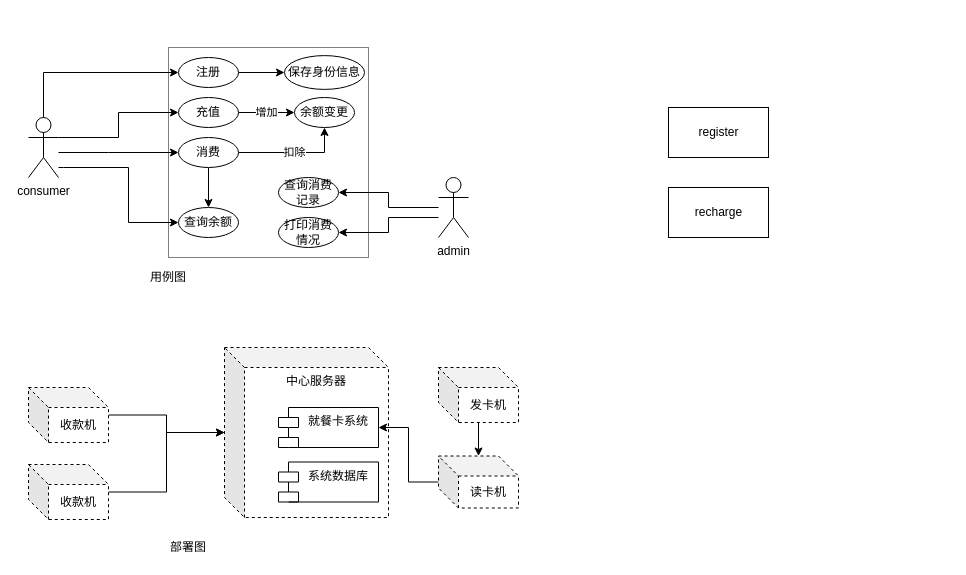
muyol/geekbang keeps this draw.io diagram as CanteenShoppingCard.drawio. Above is the earlier version. Source tidied: cells renumbered, new cells numbered last; positions are measured from the earlier drawing's top-left corner, leaving out a move shared by most shapes. Both pictures are drawn from the tidied source at 100%, with x=0, y=0 at pixel (28, 47).
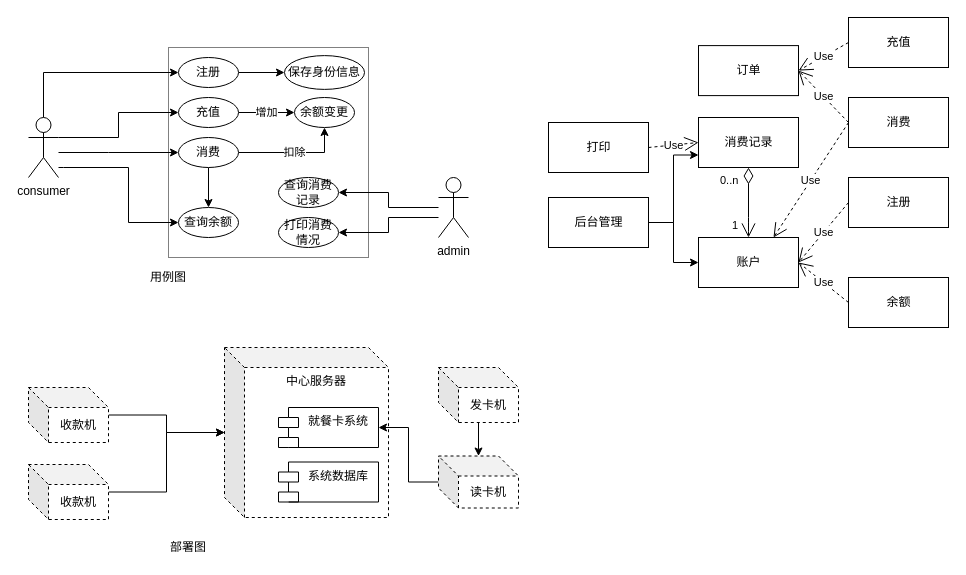
The same page after the edit.

The edit, as a diff of the source:
```diff
@@
-    <mxCell id="36" value="register" style="html=1;" parent="1" vertex="1">
-      <mxGeometry x="640" y="60" width="100" height="50" as="geometry" />
+    <mxCell id="36" value="注册" style="html=1;" parent="1" vertex="1">
+      <mxGeometry x="820" y="130" width="100" height="50" as="geometry" />
     </mxCell>
-    <mxCell id="37" value="recharge" style="html=1;" parent="1" vertex="1">
-      <mxGeometry x="640" y="140" width="100" height="50" as="geometry" />
+    <mxCell id="37" value="订单" style="html=1;" parent="1" vertex="1">
+      <mxGeometry x="670" y="-1.9" width="100" height="50" as="geometry" />
     </mxCell>
+    <mxCell id="38" value="充值" style="html=1;" parent="1" vertex="1">
+      <mxGeometry x="820" y="-30" width="100" height="50" as="geometry" />
+    </mxCell>
+    <mxCell id="39" value="账户" style="html=1;" parent="1" vertex="1">
+      <mxGeometry x="670" y="190" width="100" height="50" as="geometry" />
+    </mxCell>
+    <mxCell id="40" value="消费" style="html=1;" parent="1" vertex="1">
+      <mxGeometry x="820" y="50" width="100" height="50" as="geometry" />
+    </mxCell>
+    <mxCell id="41" value="Use" style="endArrow=open;endSize=12;dashed=1;html=1;exitX=0;exitY=0.5;exitDx=0;exitDy=0;entryX=1;entryY=0.5;entryDx=0;entryDy=0;" parent="1" edge="1" source="38" target="37">
+      <mxGeometry relative="1" as="geometry" />
+    </mxCell>
+    <mxCell id="42" value="Use" style="endArrow=open;endSize=12;dashed=1;html=1;exitX=0;exitY=0.5;exitDx=0;exitDy=0;entryX=1;entryY=0.5;entryDx=0;entryDy=0;" parent="1" edge="1" source="40" target="37">
+      <mxGeometry relative="1" as="geometry" />
+    </mxCell>
+    <mxCell id="43" value="Use" style="endArrow=open;endSize=12;dashed=1;html=1;exitX=0;exitY=0.5;exitDx=0;exitDy=0;entryX=1;entryY=0.5;entryDx=0;entryDy=0;" parent="1" edge="1" source="36" target="39">
+      <mxGeometry relative="1" as="geometry" />
+    </mxCell>
+    <mxCell id="44" value="消费记录" style="html=1;" parent="1" vertex="1">
+      <mxGeometry x="670" y="70" width="100" height="50" as="geometry" />
+    </mxCell>
+    <mxCell id="45" style="endArrow=open;html=1;endSize=12;startArrow=diamondThin;startSize=14;startFill=0;edgeStyle=orthogonalEdgeStyle;entryX=0.5;entryY=0;entryDx=0;entryDy=0;exitX=0.5;exitY=1;exitDx=0;exitDy=0;" parent="1" edge="1" source="44" target="39">
+      <mxGeometry relative="1" as="geometry">
+        <Array as="points">
+          <mxPoint x="720" y="180" />
+          <mxPoint x="720" y="180" />
+        </Array>
+      </mxGeometry>
+    </mxCell>
+    <mxCell id="46" value="0..n" style="edgeLabel;html=1;align=left;verticalAlign=top;" parent="45" vertex="1">
+      <mxGeometry x="-1" relative="1" as="geometry">
+        <mxPoint x="-30" as="offset" />
+      </mxGeometry>
+    </mxCell>
+    <mxCell id="47" value="1" style="edgeLabel;html=1;align=right;verticalAlign=top;" parent="45" vertex="1">
+      <mxGeometry x="1" relative="1" as="geometry">
+        <mxPoint x="-10" y="-25" as="offset" />
+      </mxGeometry>
+    </mxCell>
+    <mxCell id="48" value="打印" style="html=1;" parent="1" vertex="1">
+      <mxGeometry x="520" y="75" width="100" height="50" as="geometry" />
+    </mxCell>
+    <mxCell id="49" value="Use" style="endArrow=open;endSize=12;dashed=1;html=1;exitX=1;exitY=0.5;exitDx=0;exitDy=0;entryX=0;entryY=0.5;entryDx=0;entryDy=0;" parent="1" edge="1" source="48" target="44">
+      <mxGeometry relative="1" as="geometry" />
+    </mxCell>
+    <mxCell id="50" value="余额" style="html=1;" parent="1" vertex="1">
+      <mxGeometry x="820" y="230" width="100" height="50" as="geometry" />
+    </mxCell>
+    <mxCell id="51" value="Use" style="endArrow=open;endSize=12;dashed=1;html=1;exitX=0;exitY=0.5;exitDx=0;exitDy=0;entryX=1;entryY=0.5;entryDx=0;entryDy=0;" parent="1" edge="1" source="50" target="39">
+      <mxGeometry relative="1" as="geometry" />
+    </mxCell>
+    <mxCell id="52" value="Use" style="endArrow=open;endSize=12;dashed=1;html=1;entryX=0.75;entryY=0;entryDx=0;entryDy=0;exitX=0;exitY=0.5;exitDx=0;exitDy=0;" parent="1" edge="1" source="40" target="39">
+      <mxGeometry relative="1" as="geometry" />
+    </mxCell>
+    <mxCell id="53" style="edgeStyle=orthogonalEdgeStyle;rounded=0;jettySize=auto;html=1;entryX=0;entryY=0.75;entryDx=0;entryDy=0;" parent="1" edge="1" source="55" target="44">
+      <mxGeometry relative="1" as="geometry" />
+    </mxCell>
+    <mxCell id="54" style="edgeStyle=orthogonalEdgeStyle;rounded=0;jettySize=auto;html=1;entryX=0;entryY=0.5;entryDx=0;entryDy=0;" parent="1" edge="1" source="55" target="39">
+      <mxGeometry relative="1" as="geometry" />
+    </mxCell>
+    <mxCell id="55" value="后台管理" style="html=1;" parent="1" vertex="1">
+      <mxGeometry x="520" y="150" width="100" height="50" as="geometry" />
+    </mxCell>
```
